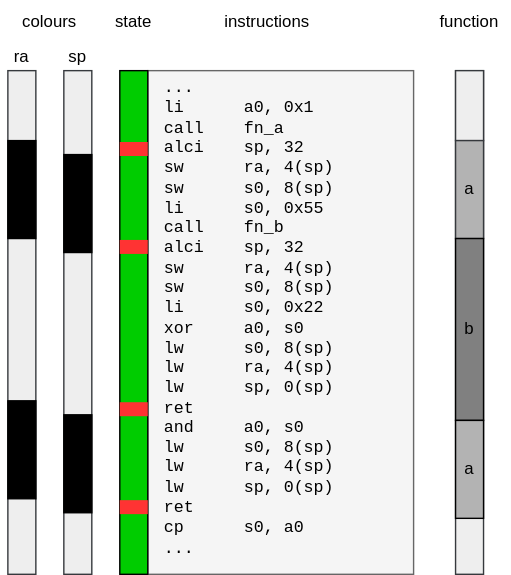
UniStuttgart-IKR/vio keeps this draw.io diagram as docs/svg/vio_stack_colors.drawio.svg. Above is the earlier version. Source tidied: cells renumbered, new cells last; positions are measured from the earlier drawing's top-left corner, leaving out a move shared by most shapes.
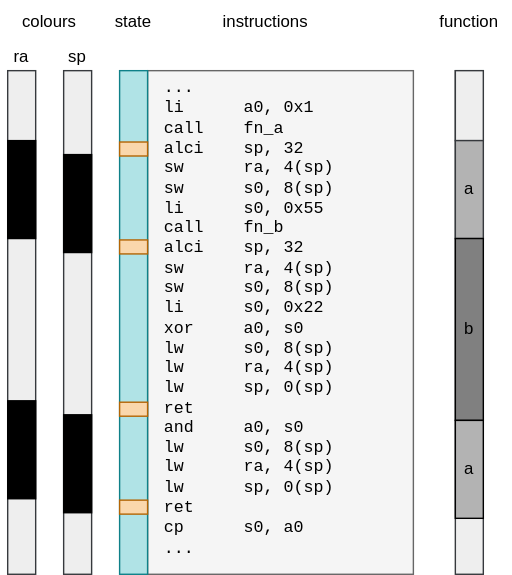
The same file after the commit.

The edit, as a diff of the source:
```diff
@@ -53,19 +53,19 @@
     <mxCell id="18" style="rounded=0;whiteSpace=wrap;html=1;fillColor=#000000;" parent="1" vertex="1">
       <mxGeometry x="5" y="286" width="20" height="70" as="geometry" />
     </mxCell>
-    <mxCell id="19" style="rounded=0;whiteSpace=wrap;html=1;fillColor=#00CC00;strokeColor=default;" parent="1" vertex="1">
+    <mxCell id="19" style="rounded=0;whiteSpace=wrap;html=1;fillColor=#b0e3e6;strokeColor=#0e8088;" parent="1" vertex="1">
       <mxGeometry x="85" y="50" width="20" height="360" as="geometry" />
     </mxCell>
-    <mxCell id="20" style="rounded=0;whiteSpace=wrap;html=1;fillColor=#FF3333;strokeColor=none;" parent="1" vertex="1">
+    <mxCell id="20" style="rounded=0;whiteSpace=wrap;html=1;fillColor=#fad7ac;strokeColor=#b46504;" parent="1" vertex="1">
       <mxGeometry x="85" y="287" width="20" height="10" as="geometry" />
     </mxCell>
-    <mxCell id="21" style="rounded=0;whiteSpace=wrap;html=1;fillColor=#FF3333;strokeColor=none;" parent="1" vertex="1">
+    <mxCell id="21" style="rounded=0;whiteSpace=wrap;html=1;fillColor=#fad7ac;strokeColor=#b46504;" parent="1" vertex="1">
       <mxGeometry x="85" y="357" width="20" height="10" as="geometry" />
     </mxCell>
-    <mxCell id="22" style="rounded=0;whiteSpace=wrap;html=1;fillColor=#FF3333;strokeColor=none;" parent="1" vertex="1">
+    <mxCell id="22" style="rounded=0;whiteSpace=wrap;html=1;fillColor=#fad7ac;strokeColor=#b46504;" parent="1" vertex="1">
       <mxGeometry x="85" y="171" width="20" height="10" as="geometry" />
     </mxCell>
-    <mxCell id="23" style="rounded=0;whiteSpace=wrap;html=1;fillColor=#FF3333;strokeColor=none;" parent="1" vertex="1">
+    <mxCell id="23" style="rounded=0;whiteSpace=wrap;html=1;fillColor=#fad7ac;strokeColor=#b46504;" parent="1" vertex="1">
       <mxGeometry x="85" y="101" width="20" height="10" as="geometry" />
     </mxCell>
     <mxCell id="24" value="instructions" style="text;html=1;align=center;verticalAlign=middle;whiteSpace=wrap;rounded=0;" parent="1" vertex="1">
```
